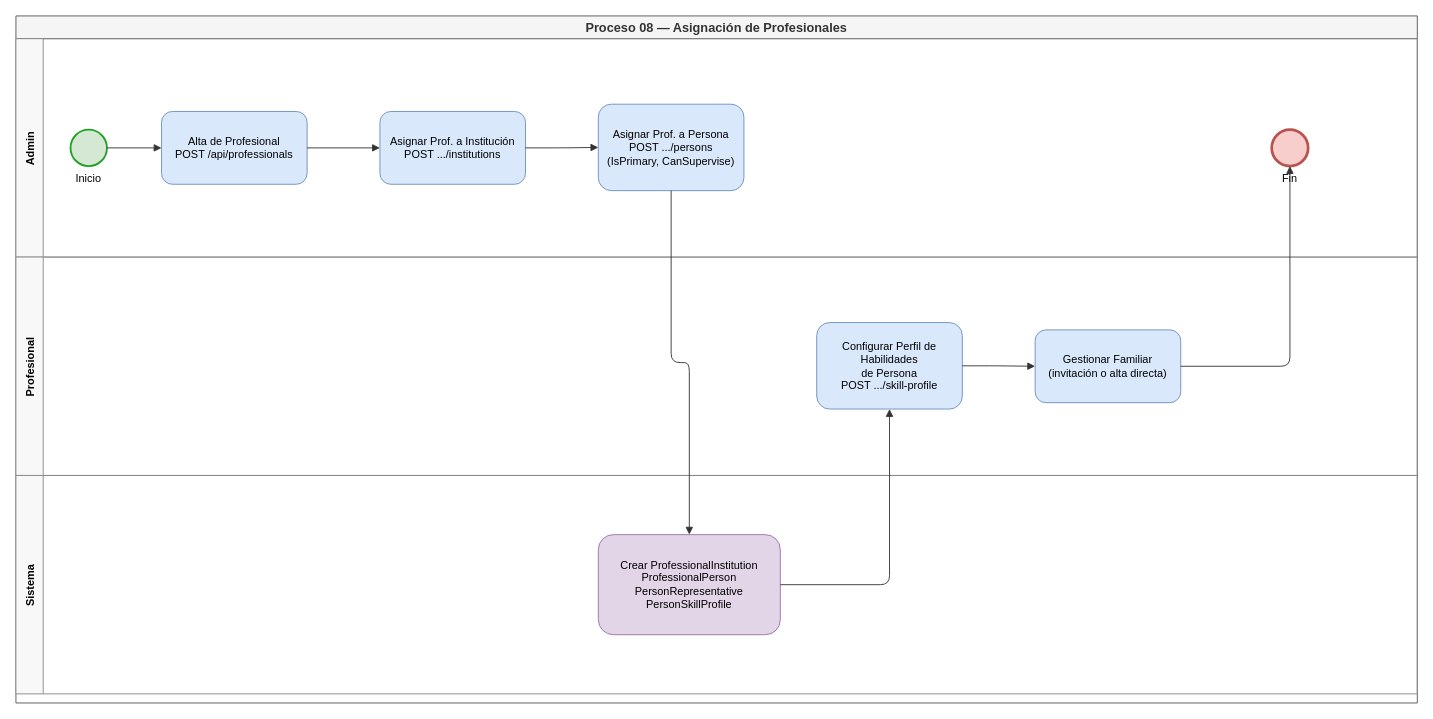
Above: Process/BPMN/08-asignacion-profesionales.drawio in Sacha-html/InclusiON (draw.io), before the change. Source tidied: cells renumbered, new cells numbered last; positions are measured from the earlier drawing's top-left corner, leaving out a move shared by most shapes. Both pictures are drawn from the tidied source at 91%, with x=0, y=0 at pixel (15, 15).
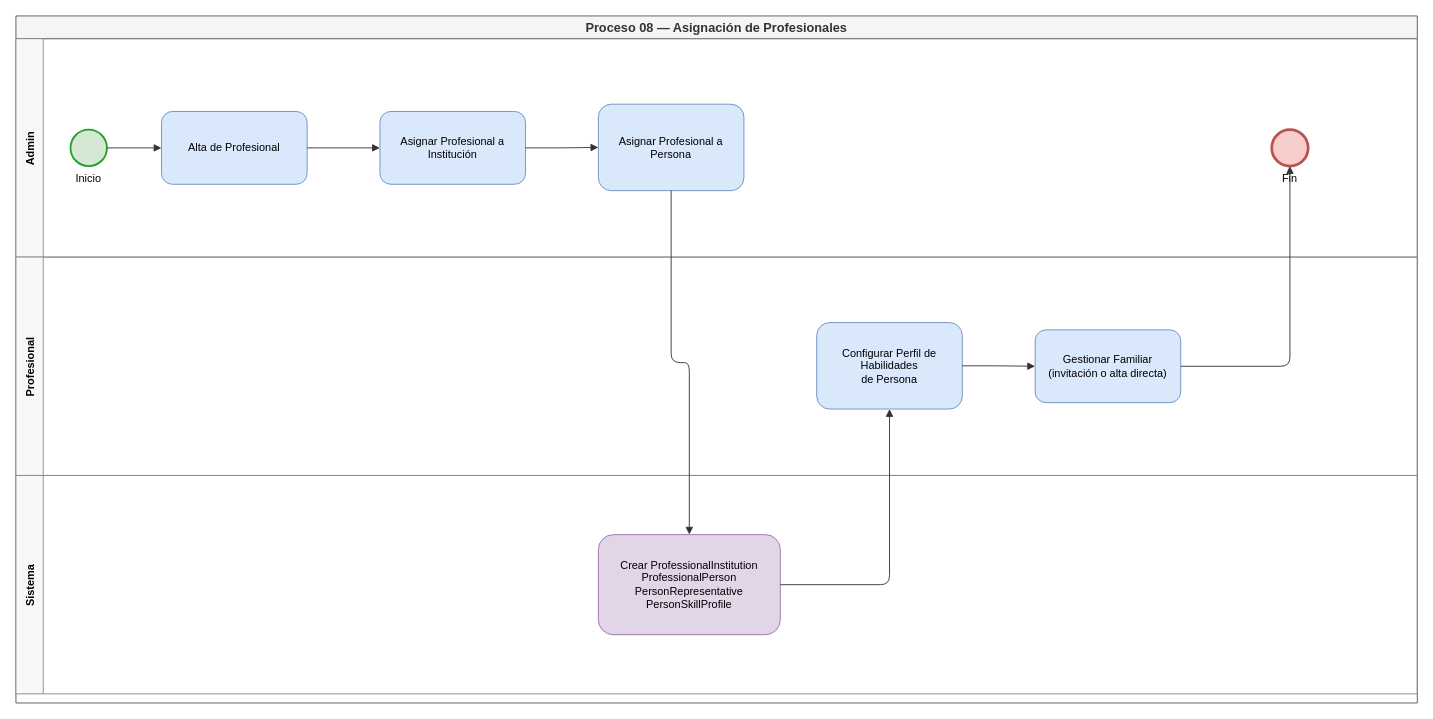
The same diagram, later.

The change refers to these unchanged cells:
```xml
<mxCell id="3" value="Admin" style="swimlane;startSize=30;horizontal=0;fillColor=#f8f8f8;strokeColor=#888888;fontStyle=1;fontSize=12;" parent="2" vertex="1">
  <mxGeometry y="25" width="1540" height="240" as="geometry" />
</mxCell>
<mxCell id="4" value="Profesional" style="swimlane;startSize=30;horizontal=0;fillColor=#f8f8f8;strokeColor=#888888;fontStyle=1;fontSize=12;" parent="2" vertex="1">
  <mxGeometry y="265" width="1540" height="240" as="geometry" />
</mxCell>
```

What changed in the source:
```diff
@@
-    <mxCell id="7" value="Alta de Profesional&#10;POST /api/professionals" style="rounded=1;whiteSpace=wrap;html=1;verticalAlign=middle;fillColor=#dae8fc;strokeColor=#6c8ebf;fontSize=12;align=center;" parent="3" vertex="1">
+    <mxCell id="7" value="Alta de Profesional" style="rounded=1;whiteSpace=wrap;html=1;verticalAlign=middle;fillColor=#dae8fc;strokeColor=#6c8ebf;fontSize=12;align=center;" parent="3" vertex="1">
       <mxGeometry x="160" y="80" width="160" height="80" as="geometry" />
     </mxCell>
-    <mxCell id="8" value="Asignar Prof. a Institución&#10;POST .../institutions" style="rounded=1;whiteSpace=wrap;html=1;verticalAlign=middle;fillColor=#dae8fc;strokeColor=#6c8ebf;fontSize=12;align=center;" parent="3" vertex="1">
+    <mxCell id="8" value="Asignar Profesional a Institución" style="rounded=1;whiteSpace=wrap;html=1;verticalAlign=middle;fillColor=#dae8fc;strokeColor=#6c8ebf;fontSize=12;align=center;" parent="3" vertex="1">
       <mxGeometry x="400" y="80" width="160" height="80" as="geometry" />
     </mxCell>
-    <mxCell id="9" value="Asignar Prof. a Persona&#10;POST .../persons&#10;(IsPrimary, CanSupervise)" style="rounded=1;whiteSpace=wrap;html=1;verticalAlign=middle;fillColor=#dae8fc;strokeColor=#6c8ebf;fontSize=12;align=center;" parent="3" vertex="1">
+    <mxCell id="9" value="Asignar Profesional a Persona" style="rounded=1;whiteSpace=wrap;html=1;verticalAlign=middle;fillColor=#dae8fc;strokeColor=#6c8ebf;fontSize=12;align=center;" parent="3" vertex="1">
       <mxGeometry x="640" y="72" width="160" height="95" as="geometry" />
     </mxCell>
@@
-    <mxCell id="11" value="Configurar Perfil de Habilidades&#10;de Persona&#10;POST .../skill-profile" style="rounded=1;whiteSpace=wrap;html=1;verticalAlign=middle;fillColor=#dae8fc;strokeColor=#6c8ebf;fontSize=12;align=center;" parent="4" vertex="1">
+    <mxCell id="11" value="Configurar Perfil de Habilidades&#10;de Persona" style="rounded=1;whiteSpace=wrap;html=1;verticalAlign=middle;fillColor=#dae8fc;strokeColor=#6c8ebf;fontSize=12;align=center;" parent="4" vertex="1">
       <mxGeometry x="880" y="72" width="160" height="95" as="geometry" />
     </mxCell>
```
